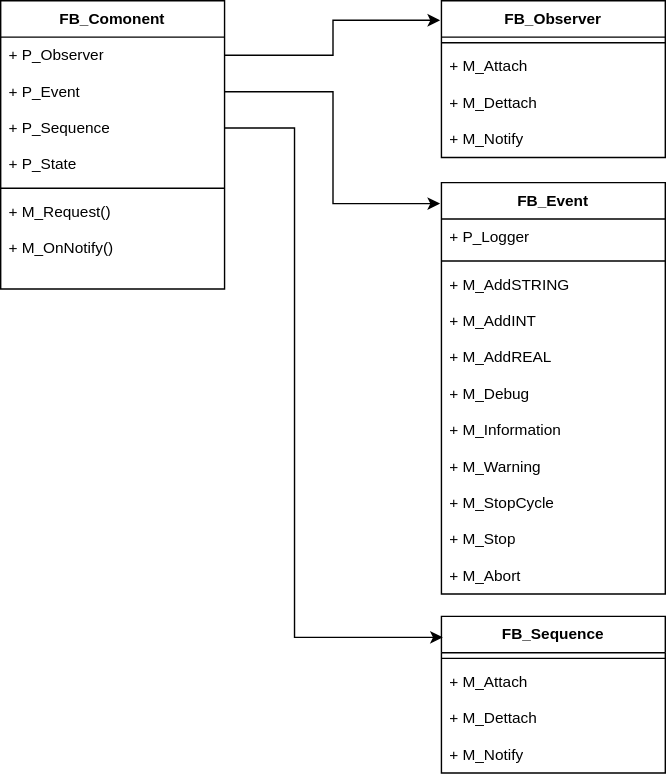
This is docs/Component.drawio.svg from PeterZerlauth/Tc3_Component, a draw.io export, as it was before one commit. Source tidied: cells renumbered, new cells last; positions are measured from the earlier drawing's top-left corner, leaving out a move shared by most shapes.
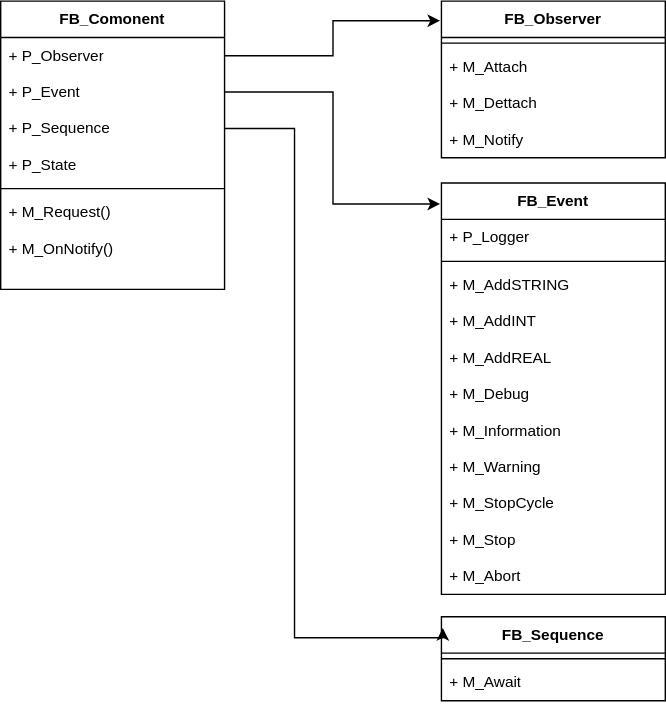
Later version of the same file.

The edit, as a diff of the source:
```diff
@@ -84,20 +84,14 @@
       <mxGeometry relative="1" as="geometry" />
     </mxCell>
     <mxCell id="29" value="FB_Sequence" style="swimlane;fontStyle=1;align=center;verticalAlign=top;horizontal=1;startSize=26;whiteSpace=wrap;html=1;fontFamily=Helvetica;fontSize=11;fontColor=default;labelBackgroundColor=default;" parent="1" vertex="1">
-      <mxGeometry x="315" y="440" width="160" height="112" as="geometry" />
+      <mxGeometry x="315" y="440" width="160" height="60" as="geometry" />
     </mxCell>
     <mxCell id="30" style="line;strokeWidth=1;fillColor=none;align=left;verticalAlign=middle;spacingTop=-1;spacingLeft=3;spacingRight=3;labelPosition=right;strokeColor=inherit;fontFamily=Helvetica;fontSize=11;fontColor=default;labelBackgroundColor=default;" parent="29" vertex="1">
       <mxGeometry y="26" width="160" height="8" as="geometry" />
     </mxCell>
-    <mxCell id="31" value="+ M_Attach" style="text;strokeColor=none;fillColor=none;align=left;verticalAlign=top;spacingLeft=4;spacingRight=4;overflow=hidden;whiteSpace=wrap;html=1;fontFamily=Helvetica;fontSize=11;fontColor=default;labelBackgroundColor=default;" parent="29" vertex="1">
+    <mxCell id="31" value="+ M_Await" style="text;strokeColor=none;fillColor=none;align=left;verticalAlign=top;spacingLeft=4;spacingRight=4;overflow=hidden;whiteSpace=wrap;html=1;fontFamily=Helvetica;fontSize=11;fontColor=default;labelBackgroundColor=default;" parent="29" vertex="1">
       <mxGeometry y="34" width="160" height="26" as="geometry" />
     </mxCell>
-    <mxCell id="32" value="+ M_Dettach" style="text;strokeColor=none;fillColor=none;align=left;verticalAlign=top;spacingLeft=4;spacingRight=4;overflow=hidden;whiteSpace=wrap;html=1;fontFamily=Helvetica;fontSize=11;fontColor=default;labelBackgroundColor=default;" parent="29" vertex="1">
-      <mxGeometry y="60" width="160" height="26" as="geometry" />
-    </mxCell>
-    <mxCell id="33" value="+ M_Notify" style="text;strokeColor=none;fillColor=none;align=left;verticalAlign=top;spacingLeft=4;spacingRight=4;overflow=hidden;whiteSpace=wrap;html=1;fontFamily=Helvetica;fontSize=11;fontColor=default;labelBackgroundColor=default;" parent="29" vertex="1">
-      <mxGeometry y="86" width="160" height="26" as="geometry" />
-    </mxCell>
     <mxCell id="34" style="edgeStyle=orthogonalEdgeStyle;rounded=0;jettySize=auto;html=1;entryX=0.006;entryY=0.134;entryDx=0;entryDy=0;entryPerimeter=0;" parent="1" edge="1" source="10" target="29">
       <mxGeometry relative="1" as="geometry">
         <Array as="points">
```
